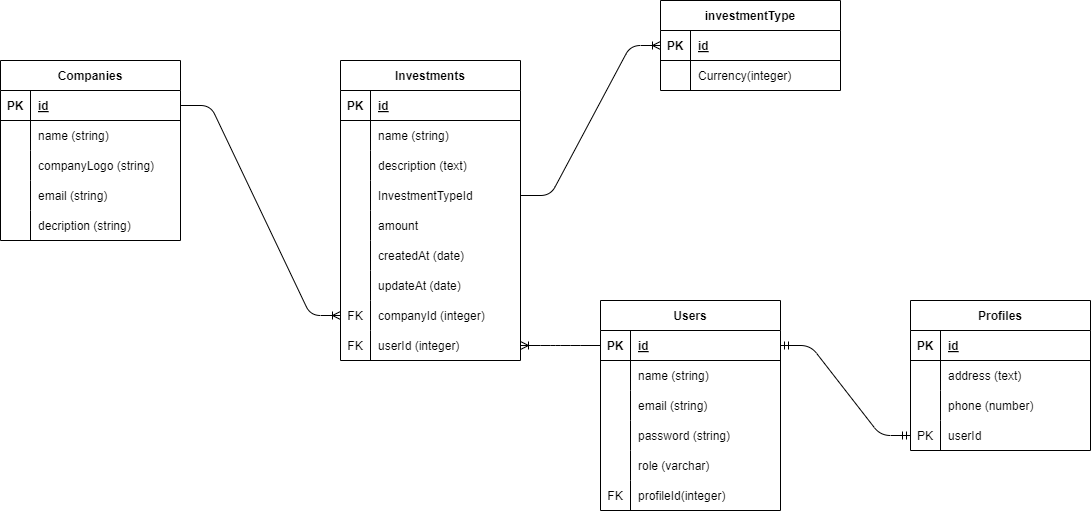
The draw.io diagram erd.drawio.png in Fahmi-ssy/pairedProjectFinTech, before a commit. Source tidied: cells renumbered, new cells last; positions are measured from the earlier drawing's top-left corner, leaving out a move shared by most shapes.
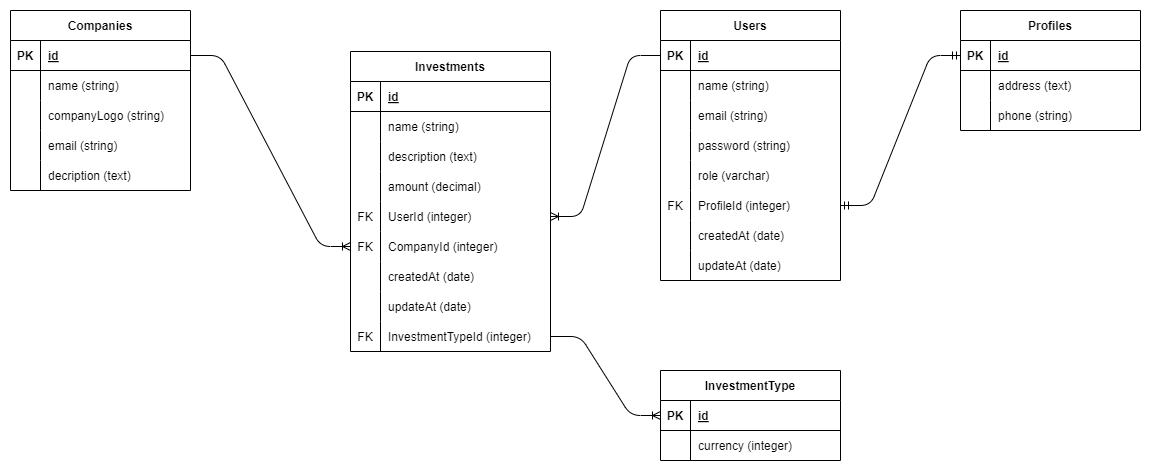
After the commit.

The edit, as a diff of the source:
```diff
@@ -1,9 +1,9 @@
-<mxGraphModel>
+<mxGraphModel background="#ffffff">
   <root>
     <mxCell id="0" />
     <mxCell id="1" parent="0" />
     <mxCell id="2" value="Companies" style="shape=table;startSize=30;rowLines=0;fontStyle=1;align=center;" parent="1" vertex="1">
-      <mxGeometry y="60" width="180" height="180" as="geometry" />
+      <mxGeometry y="20" width="180" height="180" as="geometry" />
     </mxCell>
     <mxCell id="3" style="shape=tableRow;horizontal=0;startSize=0;swimlaneHead=0;swimlaneBody=0;fillColor=none;points=[[0,0.5],[1,0.5]];portConstraint=eastwest;top=0;left=0;right=0;bottom=1;" parent="2" vertex="1">
       <mxGeometry y="30" width="180" height="30" as="geometry" />
@@ -47,95 +47,95 @@
     <mxCell id="16" style="shape=partialRectangle;fillColor=none;top=0;left=0;bottom=0;right=0;overflow=hidden;" parent="15" vertex="1">
       <mxGeometry width="30" height="30" as="geometry" />
     </mxCell>
-    <mxCell id="17" value="decription (string)" style="shape=partialRectangle;fillColor=none;top=0;left=0;bottom=0;right=0;align=left;spacingLeft=6;overflow=hidden;" parent="15" vertex="1">
+    <mxCell id="17" value="decription (text)" style="shape=partialRectangle;fillColor=none;top=0;left=0;bottom=0;right=0;align=left;spacingLeft=6;overflow=hidden;" parent="15" vertex="1">
       <mxGeometry x="30" width="150" height="30" as="geometry" />
     </mxCell>
     <mxCell id="18" value="Investments" style="shape=table;startSize=30;rowLines=0;fontStyle=1;align=center;" parent="1" vertex="1">
-      <mxGeometry x="340" y="60" width="180" height="300" as="geometry" />
+      <mxGeometry x="340" y="61" width="200" height="300" as="geometry" />
     </mxCell>
     <mxCell id="19" style="shape=tableRow;horizontal=0;startSize=0;swimlaneHead=0;swimlaneBody=0;fillColor=none;top=0;left=0;right=0;bottom=1;" parent="18" vertex="1">
-      <mxGeometry y="30" width="180" height="30" as="geometry" />
+      <mxGeometry y="30" width="200" height="30" as="geometry" />
     </mxCell>
     <mxCell id="20" value="PK" style="shape=partialRectangle;fillColor=none;top=0;left=0;bottom=0;right=0;fontStyle=1;overflow=hidden;" parent="19" vertex="1">
       <mxGeometry width="30" height="30" as="geometry" />
     </mxCell>
     <mxCell id="21" value="id" style="shape=partialRectangle;fillColor=none;top=0;left=0;bottom=0;right=0;align=left;spacingLeft=6;fontStyle=5;overflow=hidden;" parent="19" vertex="1">
-      <mxGeometry x="30" width="150" height="30" as="geometry" />
+      <mxGeometry x="30" width="170" height="30" as="geometry" />
     </mxCell>
     <mxCell id="22" style="shape=tableRow;horizontal=0;startSize=0;swimlaneHead=0;swimlaneBody=0;fillColor=none;top=0;left=0;right=0;bottom=0;" parent="18" vertex="1">
-      <mxGeometry y="60" width="180" height="30" as="geometry" />
+      <mxGeometry y="60" width="200" height="30" as="geometry" />
     </mxCell>
     <mxCell id="23" style="shape=partialRectangle;fillColor=none;top=0;left=0;bottom=0;right=0;overflow=hidden;" parent="22" vertex="1">
       <mxGeometry width="30" height="30" as="geometry" />
     </mxCell>
     <mxCell id="24" value="name (string)" style="shape=partialRectangle;fillColor=none;top=0;left=0;bottom=0;right=0;align=left;spacingLeft=6;overflow=hidden;" parent="22" vertex="1">
-      <mxGeometry x="30" width="150" height="30" as="geometry" />
+      <mxGeometry x="30" width="170" height="30" as="geometry" />
     </mxCell>
     <mxCell id="25" style="shape=tableRow;horizontal=0;startSize=0;swimlaneHead=0;swimlaneBody=0;fillColor=none;top=0;left=0;right=0;bottom=0;" parent="18" vertex="1">
-      <mxGeometry y="90" width="180" height="30" as="geometry" />
+      <mxGeometry y="90" width="200" height="30" as="geometry" />
     </mxCell>
     <mxCell id="26" style="shape=partialRectangle;fillColor=none;top=0;left=0;bottom=0;right=0;overflow=hidden;" parent="25" vertex="1">
       <mxGeometry width="30" height="30" as="geometry" />
     </mxCell>
     <mxCell id="27" value="description (text)" style="shape=partialRectangle;fillColor=none;top=0;left=0;bottom=0;right=0;align=left;spacingLeft=6;overflow=hidden;" parent="25" vertex="1">
-      <mxGeometry x="30" width="150" height="30" as="geometry" />
+      <mxGeometry x="30" width="170" height="30" as="geometry" />
     </mxCell>
-    <mxCell id="28" style="shape=tableRow;horizontal=0;startSize=0;swimlaneHead=0;swimlaneBody=0;fillColor=none;points=[[0,0.5],[1,0.5]];portConstraint=eastwest;top=0;left=0;right=0;bottom=0;" parent="18" vertex="1">
-      <mxGeometry y="120" width="180" height="30" as="geometry" />
-    </mxCell>
-    <mxCell id="29" style="shape=partialRectangle;fillColor=none;top=0;left=0;bottom=0;right=0;overflow=hidden;" parent="28" vertex="1">
-      <mxGeometry width="30" height="30" as="geometry" />
-    </mxCell>
-    <mxCell id="30" value="InvestmentTypeId" style="shape=partialRectangle;fillColor=none;top=0;left=0;bottom=0;right=0;align=left;spacingLeft=6;overflow=hidden;" parent="28" vertex="1">
-      <mxGeometry x="30" width="150" height="30" as="geometry" />
-    </mxCell>
     <mxCell id="31" style="shape=tableRow;horizontal=0;startSize=0;swimlaneHead=0;swimlaneBody=0;fillColor=none;top=0;left=0;right=0;bottom=0;" parent="18" vertex="1">
-      <mxGeometry y="150" width="180" height="30" as="geometry" />
+      <mxGeometry y="120" width="200" height="30" as="geometry" />
     </mxCell>
     <mxCell id="32" style="shape=partialRectangle;fillColor=none;top=0;left=0;bottom=0;right=0;overflow=hidden;" parent="31" vertex="1">
       <mxGeometry width="30" height="30" as="geometry" />
     </mxCell>
-    <mxCell id="33" value="amount" style="shape=partialRectangle;fillColor=none;top=0;left=0;bottom=0;right=0;align=left;spacingLeft=6;overflow=hidden;" parent="31" vertex="1">
-      <mxGeometry x="30" width="150" height="30" as="geometry" />
+    <mxCell id="33" value="amount (decimal)" style="shape=partialRectangle;fillColor=none;top=0;left=0;bottom=0;right=0;align=left;spacingLeft=6;overflow=hidden;" parent="31" vertex="1">
+      <mxGeometry x="30" width="170" height="30" as="geometry" />
     </mxCell>
+    <mxCell id="43" style="shape=tableRow;horizontal=0;startSize=0;swimlaneHead=0;swimlaneBody=0;fillColor=none;points=[[0,0.5],[1,0.5]];portConstraint=eastwest;top=0;left=0;right=0;bottom=0;" parent="18" vertex="1">
+      <mxGeometry y="150" width="200" height="30" as="geometry" />
+    </mxCell>
+    <mxCell id="44" value="FK" style="shape=partialRectangle;fillColor=none;top=0;left=0;bottom=0;right=0;overflow=hidden;" parent="43" vertex="1">
+      <mxGeometry width="30" height="30" as="geometry" />
+    </mxCell>
+    <mxCell id="45" value="UserId (integer)" style="shape=partialRectangle;fillColor=none;top=0;left=0;bottom=0;right=0;align=left;spacingLeft=6;overflow=hidden;" parent="43" vertex="1">
+      <mxGeometry x="30" width="170" height="30" as="geometry" />
+    </mxCell>
+    <mxCell id="40" style="shape=tableRow;horizontal=0;startSize=0;swimlaneHead=0;swimlaneBody=0;fillColor=none;points=[[0,0.5],[1,0.5]];portConstraint=eastwest;top=0;left=0;right=0;bottom=0;" parent="18" vertex="1">
+      <mxGeometry y="180" width="200" height="30" as="geometry" />
+    </mxCell>
+    <mxCell id="41" value="FK" style="shape=partialRectangle;fillColor=none;top=0;left=0;bottom=0;right=0;overflow=hidden;" parent="40" vertex="1">
+      <mxGeometry width="30" height="30" as="geometry" />
+    </mxCell>
+    <mxCell id="42" value="CompanyId (integer)" style="shape=partialRectangle;fillColor=none;top=0;left=0;bottom=0;right=0;align=left;spacingLeft=6;overflow=hidden;" parent="40" vertex="1">
+      <mxGeometry x="30" width="170" height="30" as="geometry" />
+    </mxCell>
     <mxCell id="34" style="shape=tableRow;horizontal=0;startSize=0;swimlaneHead=0;swimlaneBody=0;fillColor=none;top=0;left=0;right=0;bottom=0;" parent="18" vertex="1">
-      <mxGeometry y="180" width="180" height="30" as="geometry" />
+      <mxGeometry y="210" width="200" height="30" as="geometry" />
     </mxCell>
     <mxCell id="35" style="shape=partialRectangle;fillColor=none;top=0;left=0;bottom=0;right=0;overflow=hidden;" parent="34" vertex="1">
       <mxGeometry width="30" height="30" as="geometry" />
     </mxCell>
     <mxCell id="36" value="createdAt (date)" style="shape=partialRectangle;fillColor=none;top=0;left=0;bottom=0;right=0;align=left;spacingLeft=6;overflow=hidden;" parent="34" vertex="1">
-      <mxGeometry x="30" width="150" height="30" as="geometry" />
+      <mxGeometry x="30" width="170" height="30" as="geometry" />
     </mxCell>
     <mxCell id="37" style="shape=tableRow;horizontal=0;startSize=0;swimlaneHead=0;swimlaneBody=0;fillColor=none;top=0;left=0;right=0;bottom=0;" parent="18" vertex="1">
-      <mxGeometry y="210" width="180" height="30" as="geometry" />
+      <mxGeometry y="240" width="200" height="30" as="geometry" />
     </mxCell>
     <mxCell id="38" style="shape=partialRectangle;fillColor=none;top=0;left=0;bottom=0;right=0;overflow=hidden;" parent="37" vertex="1">
       <mxGeometry width="30" height="30" as="geometry" />
     </mxCell>
     <mxCell id="39" value="updateAt (date)" style="shape=partialRectangle;fillColor=none;top=0;left=0;bottom=0;right=0;align=left;spacingLeft=6;overflow=hidden;" parent="37" vertex="1">
-      <mxGeometry x="30" width="150" height="30" as="geometry" />
+      <mxGeometry x="30" width="170" height="30" as="geometry" />
     </mxCell>
-    <mxCell id="40" style="shape=tableRow;horizontal=0;startSize=0;swimlaneHead=0;swimlaneBody=0;fillColor=none;points=[[0,0.5],[1,0.5]];portConstraint=eastwest;top=0;left=0;right=0;bottom=0;" parent="18" vertex="1">
-      <mxGeometry y="240" width="180" height="30" as="geometry" />
-    </mxCell>
-    <mxCell id="41" value="FK" style="shape=partialRectangle;fillColor=none;top=0;left=0;bottom=0;right=0;overflow=hidden;" parent="40" vertex="1">
-      <mxGeometry width="30" height="30" as="geometry" />
-    </mxCell>
-    <mxCell id="42" value="companyId (integer)" style="shape=partialRectangle;fillColor=none;top=0;left=0;bottom=0;right=0;align=left;spacingLeft=6;overflow=hidden;" parent="40" vertex="1">
-      <mxGeometry x="30" width="150" height="30" as="geometry" />
-    </mxCell>
-    <mxCell id="43" style="shape=tableRow;horizontal=0;startSize=0;swimlaneHead=0;swimlaneBody=0;fillColor=none;points=[[0,0.5],[1,0.5]];portConstraint=eastwest;top=0;left=0;right=0;bottom=0;" parent="18" vertex="1">
-      <mxGeometry y="270" width="180" height="30" as="geometry" />
-    </mxCell>
-    <mxCell id="44" value="FK" style="shape=partialRectangle;fillColor=none;top=0;left=0;bottom=0;right=0;overflow=hidden;" parent="43" vertex="1">
-      <mxGeometry width="30" height="30" as="geometry" />
-    </mxCell>
-    <mxCell id="45" value="userId (integer)" style="shape=partialRectangle;fillColor=none;top=0;left=0;bottom=0;right=0;align=left;spacingLeft=6;overflow=hidden;" parent="43" vertex="1">
-      <mxGeometry x="30" width="150" height="30" as="geometry" />
-    </mxCell>
+    <mxCell id="28" style="shape=tableRow;horizontal=0;startSize=0;swimlaneHead=0;swimlaneBody=0;fillColor=none;points=[[0,0.5],[1,0.5]];portConstraint=eastwest;top=0;left=0;right=0;bottom=0;" parent="18" vertex="1">
+      <mxGeometry y="270" width="200" height="30" as="geometry" />
+    </mxCell>
+    <mxCell id="29" value="FK" style="shape=partialRectangle;fillColor=none;top=0;left=0;bottom=0;right=0;overflow=hidden;" parent="28" vertex="1">
+      <mxGeometry width="30" height="30" as="geometry" />
+    </mxCell>
+    <mxCell id="30" value="InvestmentTypeId (integer)" style="shape=partialRectangle;fillColor=none;top=0;left=0;bottom=0;right=0;align=left;spacingLeft=6;overflow=hidden;" parent="28" vertex="1">
+      <mxGeometry x="30" width="170" height="30" as="geometry" />
+    </mxCell>
     <mxCell id="46" value="Users" style="shape=table;startSize=30;rowLines=0;fontStyle=1;align=center;" parent="1" vertex="1">
-      <mxGeometry x="600" y="300" width="180" height="210" as="geometry" />
+      <mxGeometry x="650" y="20" width="180" height="270" as="geometry" />
     </mxCell>
     <mxCell id="47" style="shape=tableRow;horizontal=0;startSize=0;swimlaneHead=0;swimlaneBody=0;fillColor=none;points=[[0,0.5],[1,0.5]];portConstraint=eastwest;top=0;left=0;right=0;bottom=1;" parent="46" vertex="1">
       <mxGeometry y="30" width="180" height="30" as="geometry" />
@@ -188,11 +188,29 @@
     <mxCell id="63" value="FK" style="shape=partialRectangle;fillColor=none;top=0;left=0;bottom=0;right=0;overflow=hidden;" parent="62" vertex="1">
       <mxGeometry width="30" height="30" as="geometry" />
     </mxCell>
-    <mxCell id="64" value="profileId(integer)" style="shape=partialRectangle;fillColor=none;top=0;left=0;bottom=0;right=0;align=left;spacingLeft=6;overflow=hidden;" parent="62" vertex="1">
+    <mxCell id="64" value="ProfileId (integer)" style="shape=partialRectangle;fillColor=none;top=0;left=0;bottom=0;right=0;align=left;spacingLeft=6;overflow=hidden;" parent="62" vertex="1">
       <mxGeometry x="30" width="150" height="30" as="geometry" />
     </mxCell>
+    <mxCell id="89" style="shape=tableRow;horizontal=0;startSize=0;swimlaneHead=0;swimlaneBody=0;fillColor=none;top=0;left=0;right=0;bottom=0;" parent="46" vertex="1">
+      <mxGeometry y="210" width="180" height="30" as="geometry" />
+    </mxCell>
+    <mxCell id="90" style="shape=partialRectangle;fillColor=none;top=0;left=0;bottom=0;right=0;overflow=hidden;" parent="89" vertex="1">
+      <mxGeometry width="30" height="30" as="geometry" />
+    </mxCell>
+    <mxCell id="91" value="createdAt (date)" style="shape=partialRectangle;fillColor=none;top=0;left=0;bottom=0;right=0;align=left;spacingLeft=6;overflow=hidden;" parent="89" vertex="1">
+      <mxGeometry x="30" width="150" height="30" as="geometry" />
+    </mxCell>
+    <mxCell id="92" style="shape=tableRow;horizontal=0;startSize=0;swimlaneHead=0;swimlaneBody=0;fillColor=none;top=0;left=0;right=0;bottom=0;" parent="46" vertex="1">
+      <mxGeometry y="240" width="180" height="30" as="geometry" />
+    </mxCell>
+    <mxCell id="93" style="shape=partialRectangle;fillColor=none;top=0;left=0;bottom=0;right=0;overflow=hidden;" parent="92" vertex="1">
+      <mxGeometry width="30" height="30" as="geometry" />
+    </mxCell>
+    <mxCell id="94" value="updateAt (date)" style="shape=partialRectangle;fillColor=none;top=0;left=0;bottom=0;right=0;align=left;spacingLeft=6;overflow=hidden;" parent="92" vertex="1">
+      <mxGeometry x="30" width="150" height="30" as="geometry" />
+    </mxCell>
     <mxCell id="65" value="Profiles" style="shape=table;startSize=30;rowLines=0;fontStyle=1;align=center;" parent="1" vertex="1">
-      <mxGeometry x="910" y="300" width="180" height="150" as="geometry" />
+      <mxGeometry x="950" y="20" width="180" height="120" as="geometry" />
     </mxCell>
     <mxCell id="66" style="shape=tableRow;horizontal=0;startSize=0;swimlaneHead=0;swimlaneBody=0;fillColor=none;points=[[0,0.5],[1,0.5]];portConstraint=eastwest;top=0;left=0;right=0;bottom=1;" parent="65" vertex="1">
       <mxGeometry y="30" width="180" height="30" as="geometry" />
@@ -218,20 +236,11 @@
     <mxCell id="73" style="shape=partialRectangle;fillColor=none;top=0;left=0;bottom=0;right=0;overflow=hidden;" parent="72" vertex="1">
       <mxGeometry width="30" height="30" as="geometry" />
     </mxCell>
-    <mxCell id="74" value="phone (number)" style="shape=partialRectangle;fillColor=none;top=0;left=0;bottom=0;right=0;align=left;spacingLeft=6;overflow=hidden;" parent="72" vertex="1">
+    <mxCell id="74" value="phone (string)" style="shape=partialRectangle;fillColor=none;top=0;left=0;bottom=0;right=0;align=left;spacingLeft=6;overflow=hidden;" parent="72" vertex="1">
       <mxGeometry x="30" width="150" height="30" as="geometry" />
     </mxCell>
-    <mxCell id="75" style="shape=tableRow;horizontal=0;startSize=0;swimlaneHead=0;swimlaneBody=0;fillColor=none;points=[[0,0.5],[1,0.5]];portConstraint=eastwest;top=0;left=0;right=0;bottom=0;" parent="65" vertex="1">
-      <mxGeometry y="120" width="180" height="30" as="geometry" />
-    </mxCell>
-    <mxCell id="76" value="PK" style="shape=partialRectangle;fillColor=none;top=0;left=0;bottom=0;right=0;overflow=hidden;" parent="75" vertex="1">
-      <mxGeometry width="30" height="30" as="geometry" />
-    </mxCell>
-    <mxCell id="77" value="userId" style="shape=partialRectangle;fillColor=none;top=0;left=0;bottom=0;right=0;align=left;spacingLeft=6;overflow=hidden;" parent="75" vertex="1">
-      <mxGeometry x="30" width="150" height="30" as="geometry" />
-    </mxCell>
-    <mxCell id="78" value="investmentType" style="shape=table;startSize=30;rowLines=0;fontStyle=1;align=center;" parent="1" vertex="1">
-      <mxGeometry x="660" width="180" height="90" as="geometry" />
+    <mxCell id="78" value="InvestmentType" style="shape=table;startSize=30;rowLines=0;fontStyle=1;align=center;" parent="1" vertex="1">
+      <mxGeometry x="650" y="380" width="180" height="90" as="geometry" />
     </mxCell>
     <mxCell id="79" style="shape=tableRow;horizontal=0;startSize=0;swimlaneHead=0;swimlaneBody=0;fillColor=none;points=[[0,0.5],[1,0.5]];portConstraint=eastwest;top=0;left=0;right=0;bottom=1;" parent="78" vertex="1">
       <mxGeometry y="30" width="180" height="30" as="geometry" />
@@ -248,10 +257,10 @@
     <mxCell id="83" style="shape=partialRectangle;fillColor=none;top=0;left=0;bottom=0;right=0;overflow=hidden;" parent="82" vertex="1">
       <mxGeometry width="30" height="30" as="geometry" />
     </mxCell>
-    <mxCell id="84" value="Currency(integer)" style="shape=partialRectangle;fillColor=none;top=0;left=0;bottom=0;right=0;align=left;spacingLeft=6;overflow=hidden;" parent="82" vertex="1">
+    <mxCell id="84" value="currency (integer)" style="shape=partialRectangle;fillColor=none;top=0;left=0;bottom=0;right=0;align=left;spacingLeft=6;overflow=hidden;" parent="82" vertex="1">
       <mxGeometry x="30" width="150" height="30" as="geometry" />
     </mxCell>
-    <mxCell id="85" style="edgeStyle=entityRelationEdgeStyle;fontSize=12;html=1;endArrow=ERmandOne;startArrow=ERmandOne;entryX=0;entryY=0.5;entryDx=0;entryDy=0;" parent="1" edge="1" source="47" target="75">
+    <mxCell id="85" style="edgeStyle=entityRelationEdgeStyle;fontSize=12;html=1;endArrow=ERmandOne;startArrow=ERmandOne;entryX=0;entryY=0.5;entryDx=0;entryDy=0;exitX=1;exitY=0.5;exitDx=0;exitDy=0;" parent="1" edge="1" source="62" target="66">
       <mxGeometry relative="1" as="geometry" />
     </mxCell>
     <mxCell id="86" style="edgeStyle=entityRelationEdgeStyle;fontSize=12;html=1;endArrow=ERoneToMany;entryX=1;entryY=0.5;entryDx=0;entryDy=0;exitX=0;exitY=0.5;exitDx=0;exitDy=0;" parent="1" edge="1" source="47" target="43">
@@ -263,5 +272,11 @@
     <mxCell id="88" style="edgeStyle=entityRelationEdgeStyle;fontSize=12;html=1;endArrow=ERoneToMany;exitX=1;exitY=0.5;exitDx=0;exitDy=0;entryX=0;entryY=0.5;entryDx=0;entryDy=0;" parent="1" edge="1" source="28" target="79">
       <mxGeometry relative="1" as="geometry" />
     </mxCell>
+    <mxCell id="95" style="shape=tableRow;horizontal=0;startSize=0;swimlaneHead=0;swimlaneBody=0;fillColor=none;top=0;left=0;right=0;bottom=0;" parent="1" vertex="1">
+      <mxGeometry x="630" y="240" width="200" height="30" as="geometry" />
+    </mxCell>
+    <mxCell id="96" style="shape=tableRow;horizontal=0;startSize=0;swimlaneHead=0;swimlaneBody=0;fillColor=none;top=0;left=0;right=0;bottom=0;" parent="1" vertex="1">
+      <mxGeometry x="630" y="270" width="200" height="30" as="geometry" />
+    </mxCell>
   </root>
 </mxGraphModel>
```
